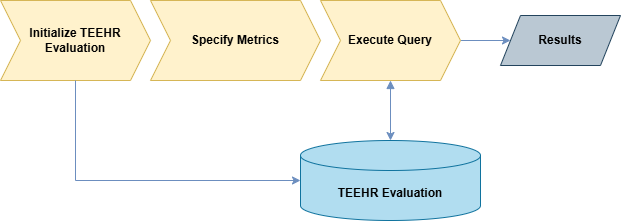
RTIInternational/teehr-devcon25-workshop keeps this draw.io diagram as materials/images/calculate_metrics.png. Above is the earlier version. Source tidied: cells renumbered, new cells last; positions are measured from the earlier drawing's top-left corner, leaving out a move shared by most shapes. Its diagram source:
```xml
<mxGraphModel>
  <root>
    <mxCell id="0" />
    <mxCell id="1" parent="0" />
    <mxCell id="2" value="&lt;b&gt;TEEHR Evaluation&lt;/b&gt;" style="shape=cylinder3;whiteSpace=wrap;html=1;boundedLbl=1;backgroundOutline=1;size=15;fillColor=#b1ddf0;strokeColor=#10739e;" parent="1" vertex="1">
      <mxGeometry x="300" y="140" width="180" height="80" as="geometry" />
    </mxCell>
    <mxCell id="3" value="&lt;b&gt;Specify Metrics&lt;/b&gt;" style="shape=step;perimeter=stepPerimeter;whiteSpace=wrap;html=1;fixedSize=1;fillColor=#fff2cc;strokeColor=#d6b656;" parent="1" vertex="1">
      <mxGeometry x="150" width="170" height="80" as="geometry" />
    </mxCell>
    <mxCell id="4" style="edgeStyle=orthogonalEdgeStyle;rounded=0;jettySize=auto;html=1;exitX=0.5;exitY=1;exitDx=0;exitDy=0;startArrow=block;startFill=1;fillColor=#dae8fc;strokeColor=#6c8ebf;" parent="1" edge="1" source="6" target="2">
      <mxGeometry relative="1" as="geometry" />
    </mxCell>
    <mxCell id="5" style="edgeStyle=orthogonalEdgeStyle;rounded=0;jettySize=auto;html=1;exitX=1;exitY=0.5;exitDx=0;exitDy=0;fillColor=#dae8fc;strokeColor=#6c8ebf;" parent="1" edge="1" source="6" target="8">
      <mxGeometry relative="1" as="geometry" />
    </mxCell>
    <mxCell id="6" value="&lt;b&gt;Execute Query&lt;/b&gt;" style="shape=step;perimeter=stepPerimeter;whiteSpace=wrap;html=1;fixedSize=1;fillColor=#fff2cc;strokeColor=#d6b656;" parent="1" vertex="1">
      <mxGeometry x="320" width="140" height="80" as="geometry" />
    </mxCell>
    <mxCell id="7" value="&lt;b&gt;Initialize TEEHR Evaluation&lt;/b&gt;" style="shape=step;perimeter=stepPerimeter;whiteSpace=wrap;html=1;fixedSize=1;fillColor=#fff2cc;strokeColor=#d6b656;" parent="1" vertex="1">
      <mxGeometry width="150" height="80" as="geometry" />
    </mxCell>
    <mxCell id="8" value="&lt;b&gt;Results&lt;/b&gt;" style="shape=parallelogram;perimeter=parallelogramPerimeter;whiteSpace=wrap;html=1;fixedSize=1;fillColor=#bac8d3;strokeColor=#23445d;" parent="1" vertex="1">
      <mxGeometry x="500" y="15" width="120" height="50" as="geometry" />
    </mxCell>
    <mxCell id="9" style="edgeStyle=orthogonalEdgeStyle;rounded=0;jettySize=auto;html=1;exitX=0.5;exitY=1;exitDx=0;exitDy=0;entryX=0;entryY=0.5;entryDx=0;entryDy=0;entryPerimeter=0;fillColor=#dae8fc;strokeColor=#6c8ebf;" parent="1" edge="1" source="7" target="2">
      <mxGeometry relative="1" as="geometry" />
    </mxCell>
  </root>
</mxGraphModel>
```
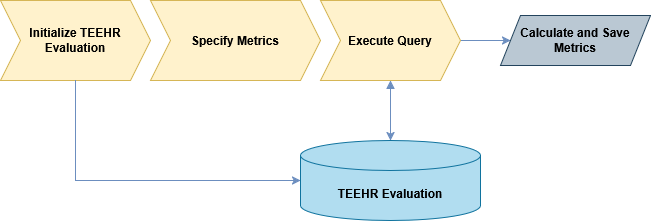
The same file after the commit.

What changed in the source:
```diff
@@ -20,8 +20,8 @@
     <mxCell id="7" value="&lt;b&gt;Initialize TEEHR Evaluation&lt;/b&gt;" style="shape=step;perimeter=stepPerimeter;whiteSpace=wrap;html=1;fixedSize=1;fillColor=#fff2cc;strokeColor=#d6b656;" parent="1" vertex="1">
       <mxGeometry width="150" height="80" as="geometry" />
     </mxCell>
-    <mxCell id="8" value="&lt;b&gt;Results&lt;/b&gt;" style="shape=parallelogram;perimeter=parallelogramPerimeter;whiteSpace=wrap;html=1;fixedSize=1;fillColor=#bac8d3;strokeColor=#23445d;" parent="1" vertex="1">
-      <mxGeometry x="500" y="15" width="120" height="50" as="geometry" />
+    <mxCell id="8" value="&lt;b&gt;Calculate and Save Metrics&lt;/b&gt;" style="shape=parallelogram;perimeter=parallelogramPerimeter;whiteSpace=wrap;html=1;fixedSize=1;fillColor=#bac8d3;strokeColor=#23445d;" parent="1" vertex="1">
+      <mxGeometry x="500" y="15" width="150" height="50" as="geometry" />
     </mxCell>
     <mxCell id="9" style="edgeStyle=orthogonalEdgeStyle;rounded=0;jettySize=auto;html=1;exitX=0.5;exitY=1;exitDx=0;exitDy=0;entryX=0;entryY=0.5;entryDx=0;entryDy=0;entryPerimeter=0;fillColor=#dae8fc;strokeColor=#6c8ebf;" parent="1" edge="1" source="7" target="2">
       <mxGeometry relative="1" as="geometry" />
```
